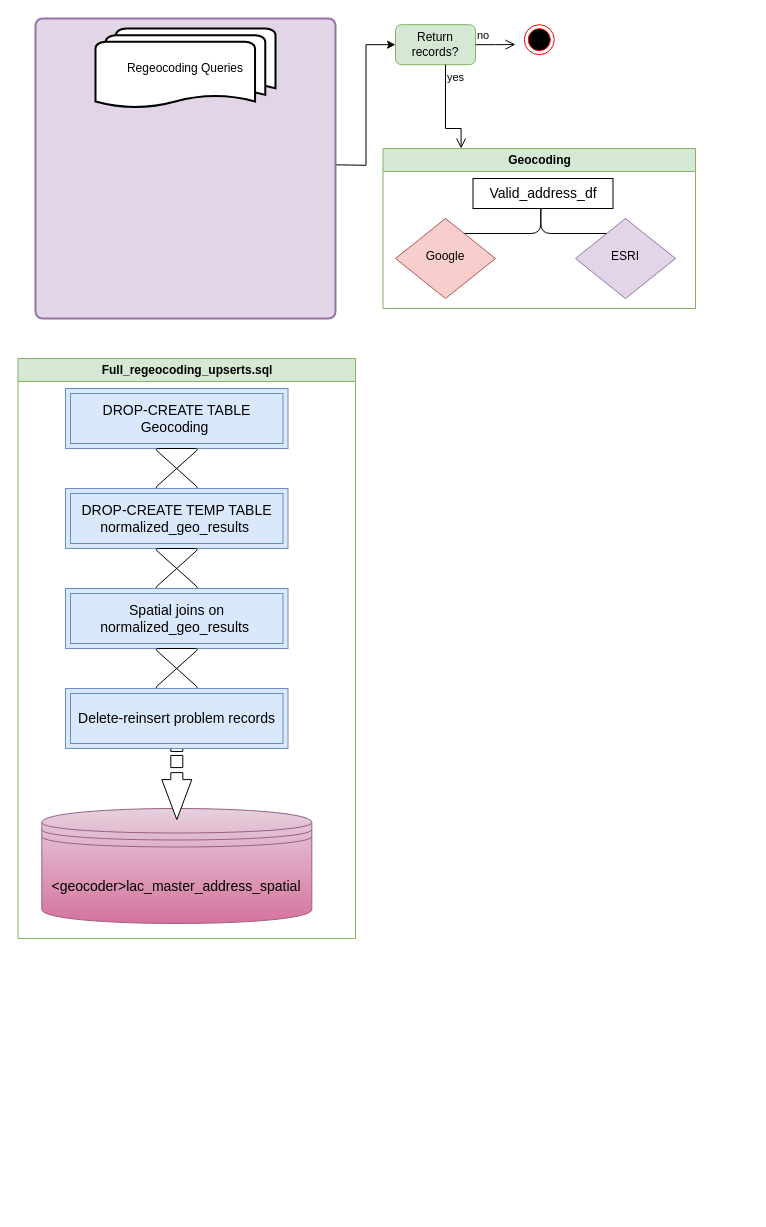
Earlier version of the draw.io diagram regeocoding_pipeline.drawio (Primordial-Haggis/LA_county_vax_etl_workflow). Source tidied: cells renumbered, new cells numbered last; positions are measured from the earlier drawing's top-left corner, leaving out a move shared by most shapes. Both pictures are drawn from the tidied source at 100%, with x=0, y=0 at pixel (17, 18).
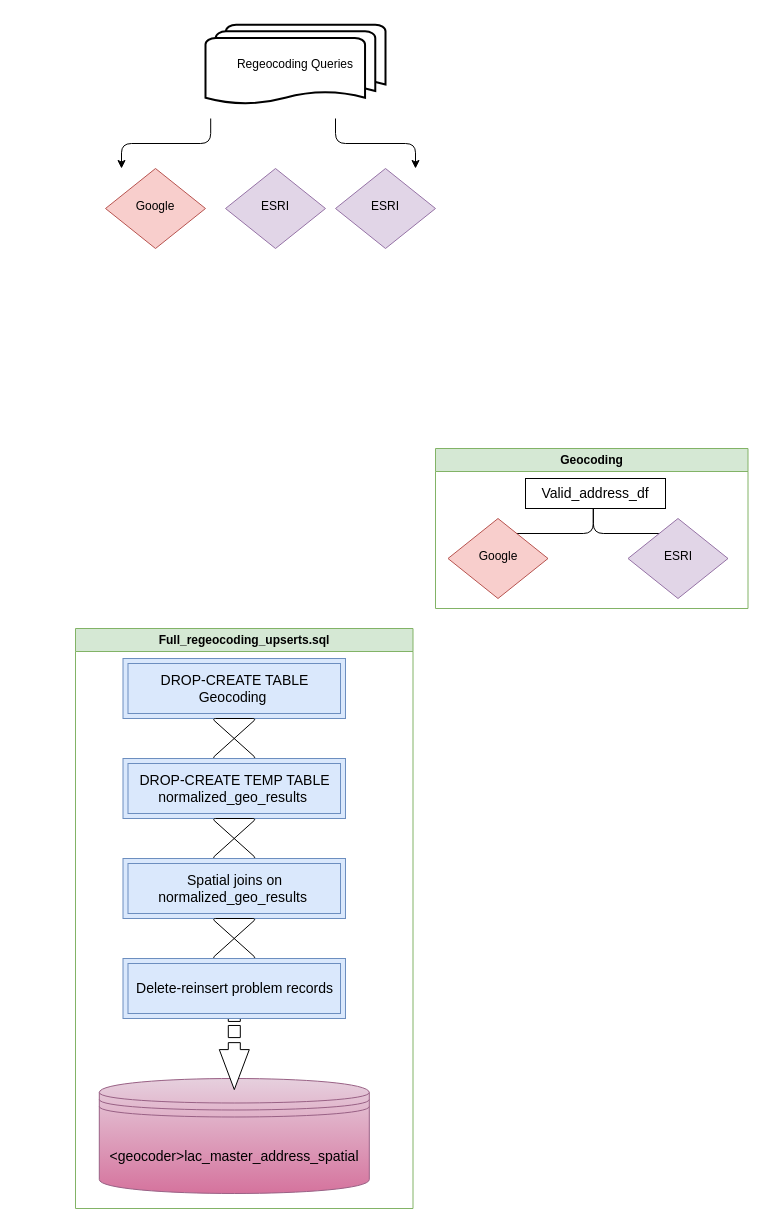
The same diagram, later.

Diff of the diagram source:
```diff
@@
     <mxCell id="2" value="Geocoding" style="horizontal=1;whiteSpace=wrap;html=1;fontSize=12;glass=0;strokeWidth=1;shadow=0;fillColor=#d5e8d4;strokeColor=#82b366;swimlane;" parent="1" vertex="1">
-      <mxGeometry x="365.5" y="130" width="312.5" height="160" as="geometry" />
+      <mxGeometry x="418" y="430" width="312.5" height="160" as="geometry" />
     </mxCell>
@@
     <mxCell id="10" value="Full_regeocoding_upserts.sql" style="horizontal=1;whiteSpace=wrap;html=1;fontSize=12;glass=0;strokeWidth=1;shadow=0;fillColor=#d5e8d4;strokeColor=#82b366;swimlane;startSize=23;" parent="1" vertex="1">
-      <mxGeometry x="0.5" y="340" width="337.5" height="580" as="geometry" />
+      <mxGeometry x="58" y="610" width="337.5" height="580" as="geometry" />
     </mxCell>
@@
-    <mxCell id="22" style="ellipse;html=1;shape=endState;fillColor=#000000;strokeColor=#ff0000;fontSize=14;" parent="1" vertex="1">
-      <mxGeometry x="506.8" y="6.2" width="30" height="30" as="geometry" />
-    </mxCell>
-    <mxCell id="23" value="Return records?" style="rounded=1;whiteSpace=wrap;html=1;fontSize=12;glass=0;strokeWidth=1;shadow=0;fillColor=#d5e8d4;strokeColor=#82b366;" parent="1" vertex="1">
-      <mxGeometry x="378" y="6.2" width="80" height="40" as="geometry" />
-    </mxCell>
-    <mxCell id="24" value="no" style="edgeStyle=orthogonalEdgeStyle;html=1;align=left;verticalAlign=bottom;endArrow=open;endSize=8;rounded=0;" parent="1" edge="1" source="23">
-      <mxGeometry x="-1" relative="1" as="geometry">
-        <mxPoint x="498" y="26" as="targetPoint" />
-      </mxGeometry>
-    </mxCell>
-    <mxCell id="25" value="yes" style="edgeStyle=orthogonalEdgeStyle;html=1;align=left;verticalAlign=top;endArrow=open;endSize=8;rounded=0;entryX=0.25;entryY=0;entryDx=0;entryDy=0;" parent="1" edge="1" source="23" target="2">
-      <mxGeometry x="-1" relative="1" as="geometry">
-        <Array as="points">
-          <mxPoint x="428" y="110" />
-          <mxPoint x="444" y="110" />
-        </Array>
-      </mxGeometry>
-    </mxCell>
-    <mxCell id="26" style="edgeStyle=orthogonalEdgeStyle;rounded=0;jettySize=auto;html=1;entryX=0;entryY=0.5;entryDx=0;entryDy=0;" parent="1" edge="1" target="23">
-      <mxGeometry relative="1" as="geometry">
-        <mxPoint x="318" y="146.3" as="sourcePoint" />
-      </mxGeometry>
-    </mxCell>
-    <mxCell id="27" style="rounded=1;whiteSpace=wrap;html=1;absoluteArcSize=1;arcSize=14;strokeWidth=2;fillColor=#e1d5e7;strokeColor=#9673a6;" parent="1" vertex="1">
-      <mxGeometry x="18" width="300" height="300" as="geometry" />
-    </mxCell>
     <mxCell id="28" value="Regeocoding Queries" style="strokeWidth=2;html=1;shape=mxgraph.flowchart.multi-document;whiteSpace=wrap;" parent="1" vertex="1">
-      <mxGeometry x="78" y="10" width="180" height="80" as="geometry" />
+      <mxGeometry x="188" y="6.2" width="180" height="80" as="geometry" />
     </mxCell>
+    <mxCell id="29" style="edgeStyle=elbowEdgeStyle;elbow=vertical;html=1;rounded=1;curved=0;sourcePerimeterSpacing=0;targetPerimeterSpacing=0;startSize=6;endSize=6;fontSize=14;" parent="1" edge="1">
+      <mxGeometry relative="1" as="geometry">
+        <mxPoint x="193.2" y="100" as="sourcePoint" />
+        <mxPoint x="104" y="150" as="targetPoint" />
+      </mxGeometry>
+    </mxCell>
+    <mxCell id="30" value="ESRI" style="rhombus;whiteSpace=wrap;html=1;shadow=0;fontFamily=Helvetica;fontSize=12;align=center;strokeWidth=1;spacing=6;spacingTop=-4;fillColor=#e1d5e7;strokeColor=#9673a6;" parent="1" vertex="1">
+      <mxGeometry x="208" y="150" width="100" height="80" as="geometry" />
+    </mxCell>
+    <mxCell id="31" value="Google" style="rhombus;whiteSpace=wrap;html=1;shadow=0;fontFamily=Helvetica;fontSize=12;align=center;strokeWidth=1;spacing=6;spacingTop=-4;fillColor=#f8cecc;strokeColor=#b85450;" parent="1" vertex="1">
+      <mxGeometry x="88" y="150" width="100" height="80" as="geometry" />
+    </mxCell>
+    <mxCell id="32" style="edgeStyle=elbowEdgeStyle;elbow=vertical;html=1;rounded=1;curved=0;sourcePerimeterSpacing=0;targetPerimeterSpacing=0;startSize=6;endSize=6;fontSize=14;" parent="1" edge="1">
+      <mxGeometry relative="1" as="geometry">
+        <mxPoint x="318" y="100" as="sourcePoint" />
+        <mxPoint x="398" y="150" as="targetPoint" />
+      </mxGeometry>
+    </mxCell>
+    <mxCell id="33" value="ESRI" style="rhombus;whiteSpace=wrap;html=1;shadow=0;fontFamily=Helvetica;fontSize=12;align=center;strokeWidth=1;spacing=6;spacingTop=-4;fillColor=#e1d5e7;strokeColor=#9673a6;" parent="1" vertex="1">
+      <mxGeometry x="318" y="150" width="100" height="80" as="geometry" />
+    </mxCell>
```
